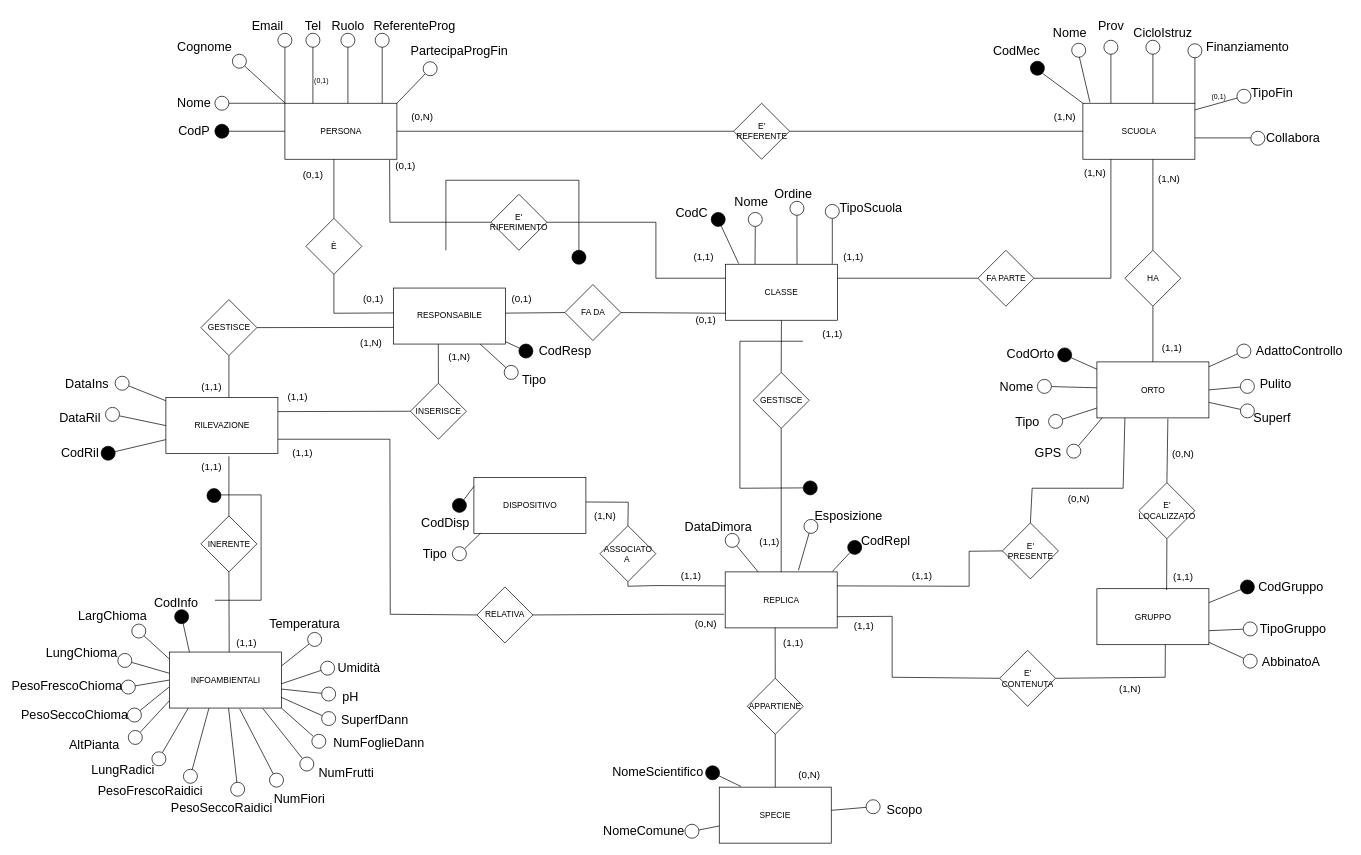
Above: BD_ER_restructured.drawio in pizzo-kyle/unige (draw.io), before the change. Source tidied: cells renumbered, new cells numbered last; positions are measured from the earlier drawing's top-left corner, leaving out a move shared by most shapes. Both pictures are drawn from the tidied source at 70%, with x=0, y=0 at pixel (51, 12).
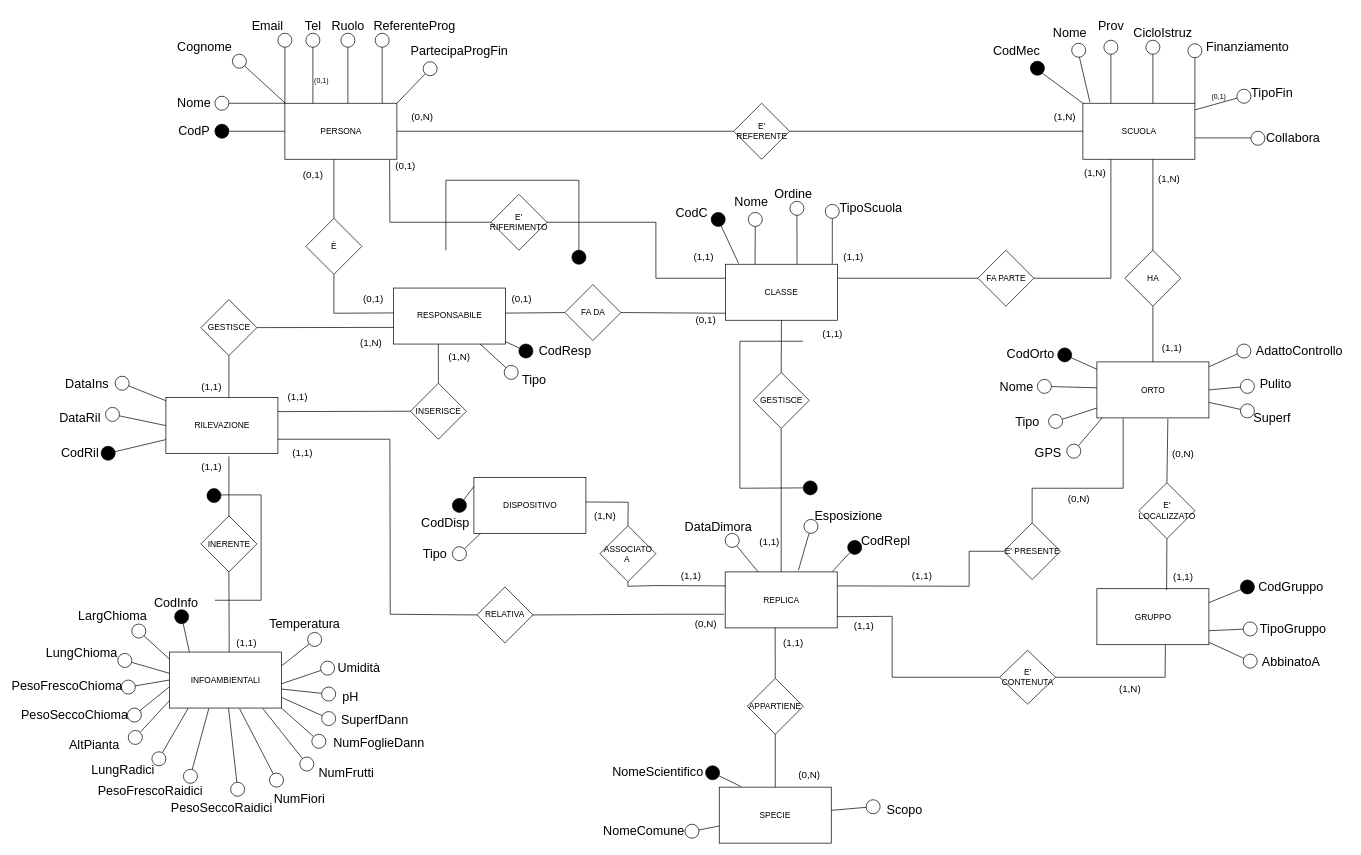
The same page after the edit.

Unchanged cells that the change refers to:
```xml
<mxCell id="6" value="ORTO" style="rounded=0;whiteSpace=wrap;html=1;" parent="1" vertex="1">
  <mxGeometry x="1493.5" y="499.5" width="160" height="80" as="geometry" />
</mxCell>
```

Diff of the diagram source:
```diff
@@
     <mxCell id="187" value="E' CONTENUTA" style="rhombus;whiteSpace=wrap;html=1;" parent="1" vertex="1">
-      <mxGeometry x="1354.5" y="911.5" width="80" height="80" as="geometry" />
+      <mxGeometry x="1354.5" y="911.5" width="80" height="77" as="geometry" />
     </mxCell>
@@
     <mxCell id="273" value="E' PRESENTE" style="rhombus;whiteSpace=wrap;html=1;" parent="1" vertex="1">
-      <mxGeometry x="1358.5" y="729.5" width="80" height="80" as="geometry" />
+      <mxGeometry x="1360.5" y="729.5" width="81" height="81" as="geometry" />
     </mxCell>
@@
-    <mxCell id="275" style="endArrow=none;html=1;rounded=0;entryX=0.25;entryY=1;entryDx=0;entryDy=0;exitX=0.5;exitY=0;exitDx=0;exitDy=0;" parent="1" edge="1" source="273" target="6">
+    <mxCell id="275" style="endArrow=none;html=1;rounded=0;exitX=0.5;exitY=0;exitDx=0;exitDy=0;" parent="1" edge="1" source="273">
       <mxGeometry relative="1" as="geometry">
+        <mxPoint x="1531" y="580" as="targetPoint" />
         <Array as="points">
           <mxPoint x="1401" y="680" />
           <mxPoint x="1531" y="680" />
         </Array>
       </mxGeometry>
     </mxCell>
```
